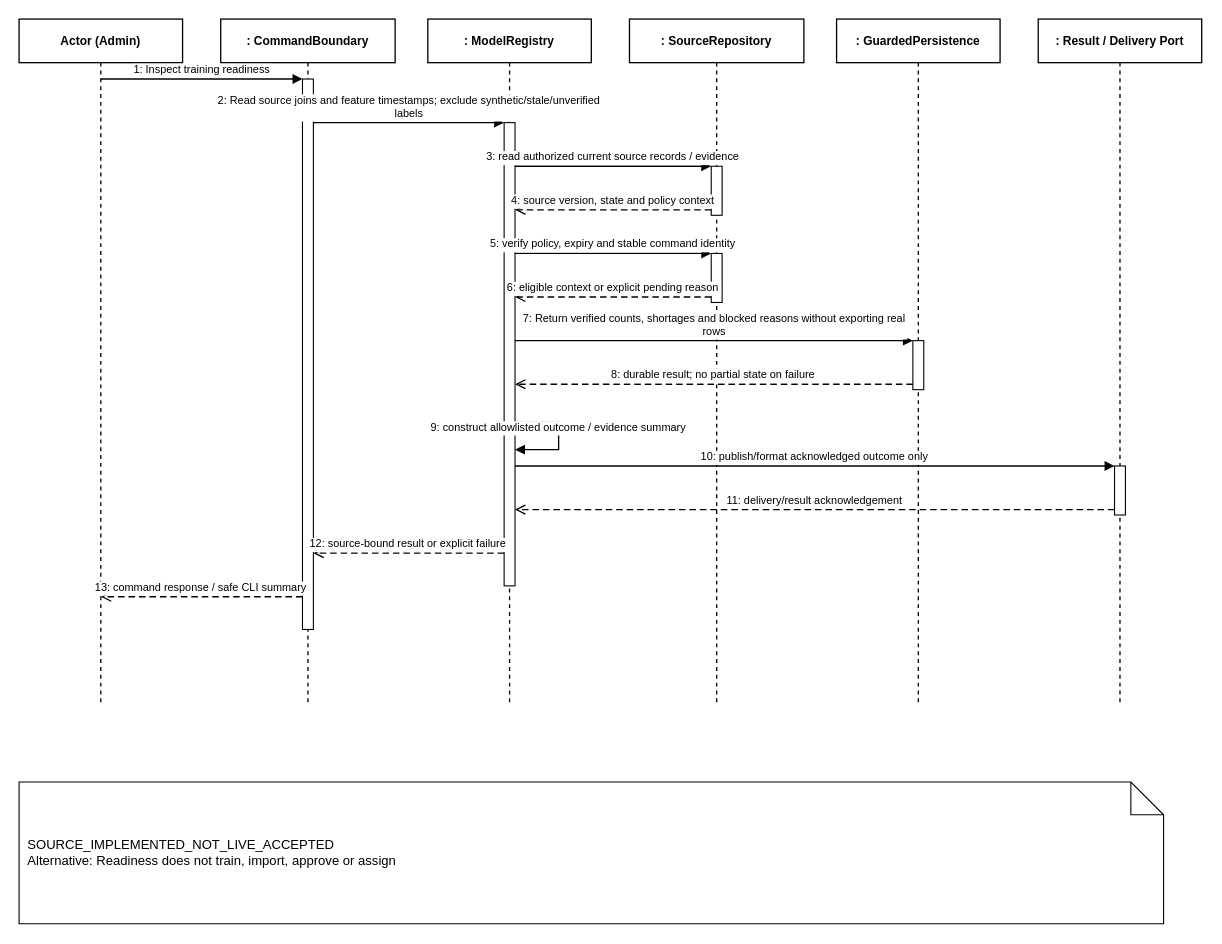
Before: doc/reports/report4/sequence/ai-01.drawio in ngocthanhhx7/SEP490_G101_FALL2026, a draw.io diagram. Source tidied: cells renumbered, new cells numbered last; positions are measured from the earlier drawing's top-left corner, leaving out a move shared by most shapes. Both pictures are drawn from the tidied source at 109%, with x=0, y=0 at pixel (19, 19).
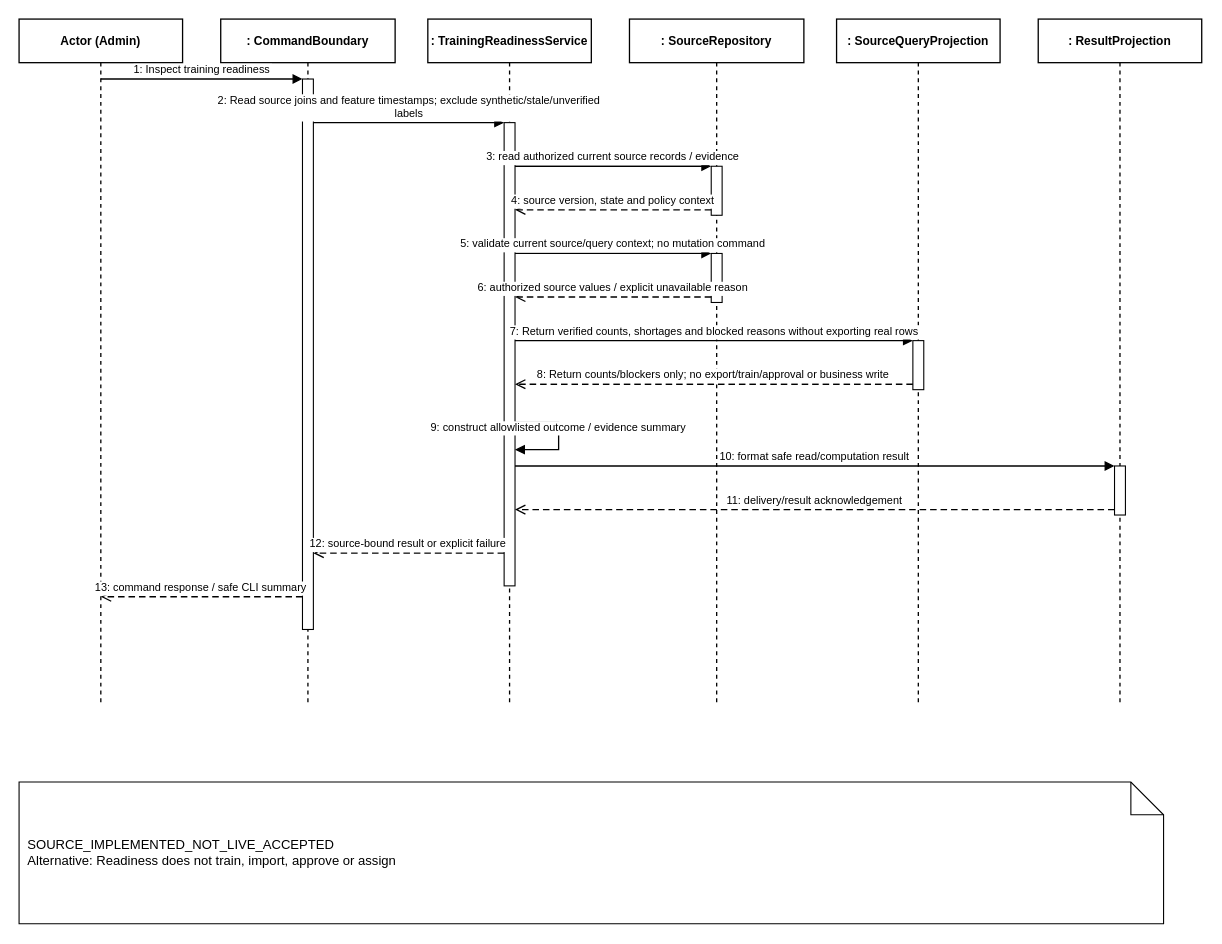
Above is the later version.

Change to the diagram source:
```diff
@@
-    <mxCell id="4" value=": ModelRegistry" style="shape=umlLifeline;perimeter=lifelinePerimeter;whiteSpace=wrap;html=0;size=40;fillColor=#FFFFFF;strokeColor=#000000;strokeWidth=1.2;fontStyle=1;fontSize=11;align=center;" parent="1" vertex="1">
+    <mxCell id="4" value=": TrainingReadinessService" style="shape=umlLifeline;perimeter=lifelinePerimeter;whiteSpace=wrap;html=0;size=40;fillColor=#FFFFFF;strokeColor=#000000;strokeWidth=1.2;fontStyle=1;fontSize=11;align=center;" parent="1" vertex="1">
       <mxGeometry x="375" width="150" height="630" as="geometry" />
     </mxCell>
@@
-    <mxCell id="6" value=": GuardedPersistence" style="shape=umlLifeline;perimeter=lifelinePerimeter;whiteSpace=wrap;html=0;size=40;fillColor=#FFFFFF;strokeColor=#000000;strokeWidth=1.2;fontStyle=1;fontSize=11;align=center;" parent="1" vertex="1">
+    <mxCell id="6" value=": SourceQueryProjection" style="shape=umlLifeline;perimeter=lifelinePerimeter;whiteSpace=wrap;html=0;size=40;fillColor=#FFFFFF;strokeColor=#000000;strokeWidth=1.2;fontStyle=1;fontSize=11;align=center;" parent="1" vertex="1">
       <mxGeometry x="750" width="150" height="630" as="geometry" />
     </mxCell>
-    <mxCell id="7" value=": Result / Delivery Port" style="shape=umlLifeline;perimeter=lifelinePerimeter;whiteSpace=wrap;html=0;size=40;fillColor=#FFFFFF;strokeColor=#000000;strokeWidth=1.2;fontStyle=1;fontSize=11;align=center;" parent="1" vertex="1">
+    <mxCell id="7" value=": ResultProjection" style="shape=umlLifeline;perimeter=lifelinePerimeter;whiteSpace=wrap;html=0;size=40;fillColor=#FFFFFF;strokeColor=#000000;strokeWidth=1.2;fontStyle=1;fontSize=11;align=center;" parent="1" vertex="1">
       <mxGeometry x="935" width="150" height="630" as="geometry" />
     </mxCell>
@@
-    <mxCell id="18" value="5: verify policy, expiry and stable command identity" style="html=0;verticalAlign=bottom;endArrow=block;endFill=1;strokeColor=#000000;strokeWidth=1.2;fontSize=10;fontColor=#000000;edgeStyle=orthogonalEdgeStyle;rounded=0;" parent="1" edge="1">
+    <mxCell id="18" value="5: validate current source/query context; no mutation command" style="html=0;verticalAlign=bottom;endArrow=block;endFill=1;strokeColor=#000000;strokeWidth=1.2;fontSize=10;fontColor=#000000;edgeStyle=orthogonalEdgeStyle;rounded=0;" parent="1" edge="1">
       <mxGeometry relative="1" as="geometry">
         <mxPoint x="455" y="215" as="sourcePoint" />
         <mxPoint x="635" y="215" as="targetPoint" />
       </mxGeometry>
     </mxCell>
-    <mxCell id="19" value="6: eligible context or explicit pending reason" style="html=0;verticalAlign=bottom;endArrow=open;endSize=7;dashed=1;dashPattern=5 3;strokeColor=#000000;strokeWidth=1.2;fontSize=10;fontColor=#000000;edgeStyle=orthogonalEdgeStyle;rounded=0;" parent="1" edge="1">
+    <mxCell id="19" value="6: authorized source values / explicit unavailable reason" style="html=0;verticalAlign=bottom;endArrow=open;endSize=7;dashed=1;dashPattern=5 3;strokeColor=#000000;strokeWidth=1.2;fontSize=10;fontColor=#000000;edgeStyle=orthogonalEdgeStyle;rounded=0;" parent="1" edge="1">
       <mxGeometry relative="1" as="geometry">
         <mxPoint x="635" y="255" as="sourcePoint" />
         <mxPoint x="455" y="255" as="targetPoint" />
       </mxGeometry>
     </mxCell>
-    <mxCell id="20" value="7: Return verified counts, shortages and blocked reasons without exporting real&#10;rows" style="html=0;verticalAlign=bottom;endArrow=block;endFill=1;strokeColor=#000000;strokeWidth=1.2;fontSize=10;fontColor=#000000;edgeStyle=orthogonalEdgeStyle;rounded=0;" parent="1" edge="1">
+    <mxCell id="20" value="7: Return verified counts, shortages and blocked reasons without exporting real rows" style="html=0;verticalAlign=bottom;endArrow=block;endFill=1;strokeColor=#000000;strokeWidth=1.2;fontSize=10;fontColor=#000000;edgeStyle=orthogonalEdgeStyle;rounded=0;" parent="1" edge="1">
       <mxGeometry relative="1" as="geometry">
         <mxPoint x="455" y="295" as="sourcePoint" />
         <mxPoint x="820" y="295" as="targetPoint" />
       </mxGeometry>
     </mxCell>
-    <mxCell id="21" value="8: durable result; no partial state on failure" style="html=0;verticalAlign=bottom;endArrow=open;endSize=7;dashed=1;dashPattern=5 3;strokeColor=#000000;strokeWidth=1.2;fontSize=10;fontColor=#000000;edgeStyle=orthogonalEdgeStyle;rounded=0;" parent="1" edge="1">
+    <mxCell id="21" value="8: Return counts/blockers only; no export/train/approval or business write" style="html=0;verticalAlign=bottom;endArrow=open;endSize=7;dashed=1;dashPattern=5 3;strokeColor=#000000;strokeWidth=1.2;fontSize=10;fontColor=#000000;edgeStyle=orthogonalEdgeStyle;rounded=0;" parent="1" edge="1">
       <mxGeometry relative="1" as="geometry">
         <mxPoint x="820" y="335" as="sourcePoint" />
         <mxPoint x="455" y="335" as="targetPoint" />
       </mxGeometry>
     </mxCell>
@@
-    <mxCell id="23" value="10: publish/format acknowledged outcome only" style="html=0;verticalAlign=bottom;endArrow=block;endFill=1;strokeColor=#000000;strokeWidth=1.2;fontSize=10;fontColor=#000000;edgeStyle=orthogonalEdgeStyle;rounded=0;" parent="1" edge="1">
+    <mxCell id="23" value="10: format safe read/computation result" style="html=0;verticalAlign=bottom;endArrow=block;endFill=1;strokeColor=#000000;strokeWidth=1.2;fontSize=10;fontColor=#000000;edgeStyle=orthogonalEdgeStyle;rounded=0;" parent="1" edge="1">
       <mxGeometry relative="1" as="geometry">
         <mxPoint x="455" y="410" as="sourcePoint" />
         <mxPoint x="1005" y="410" as="targetPoint" />
       </mxGeometry>
     </mxCell>
```
